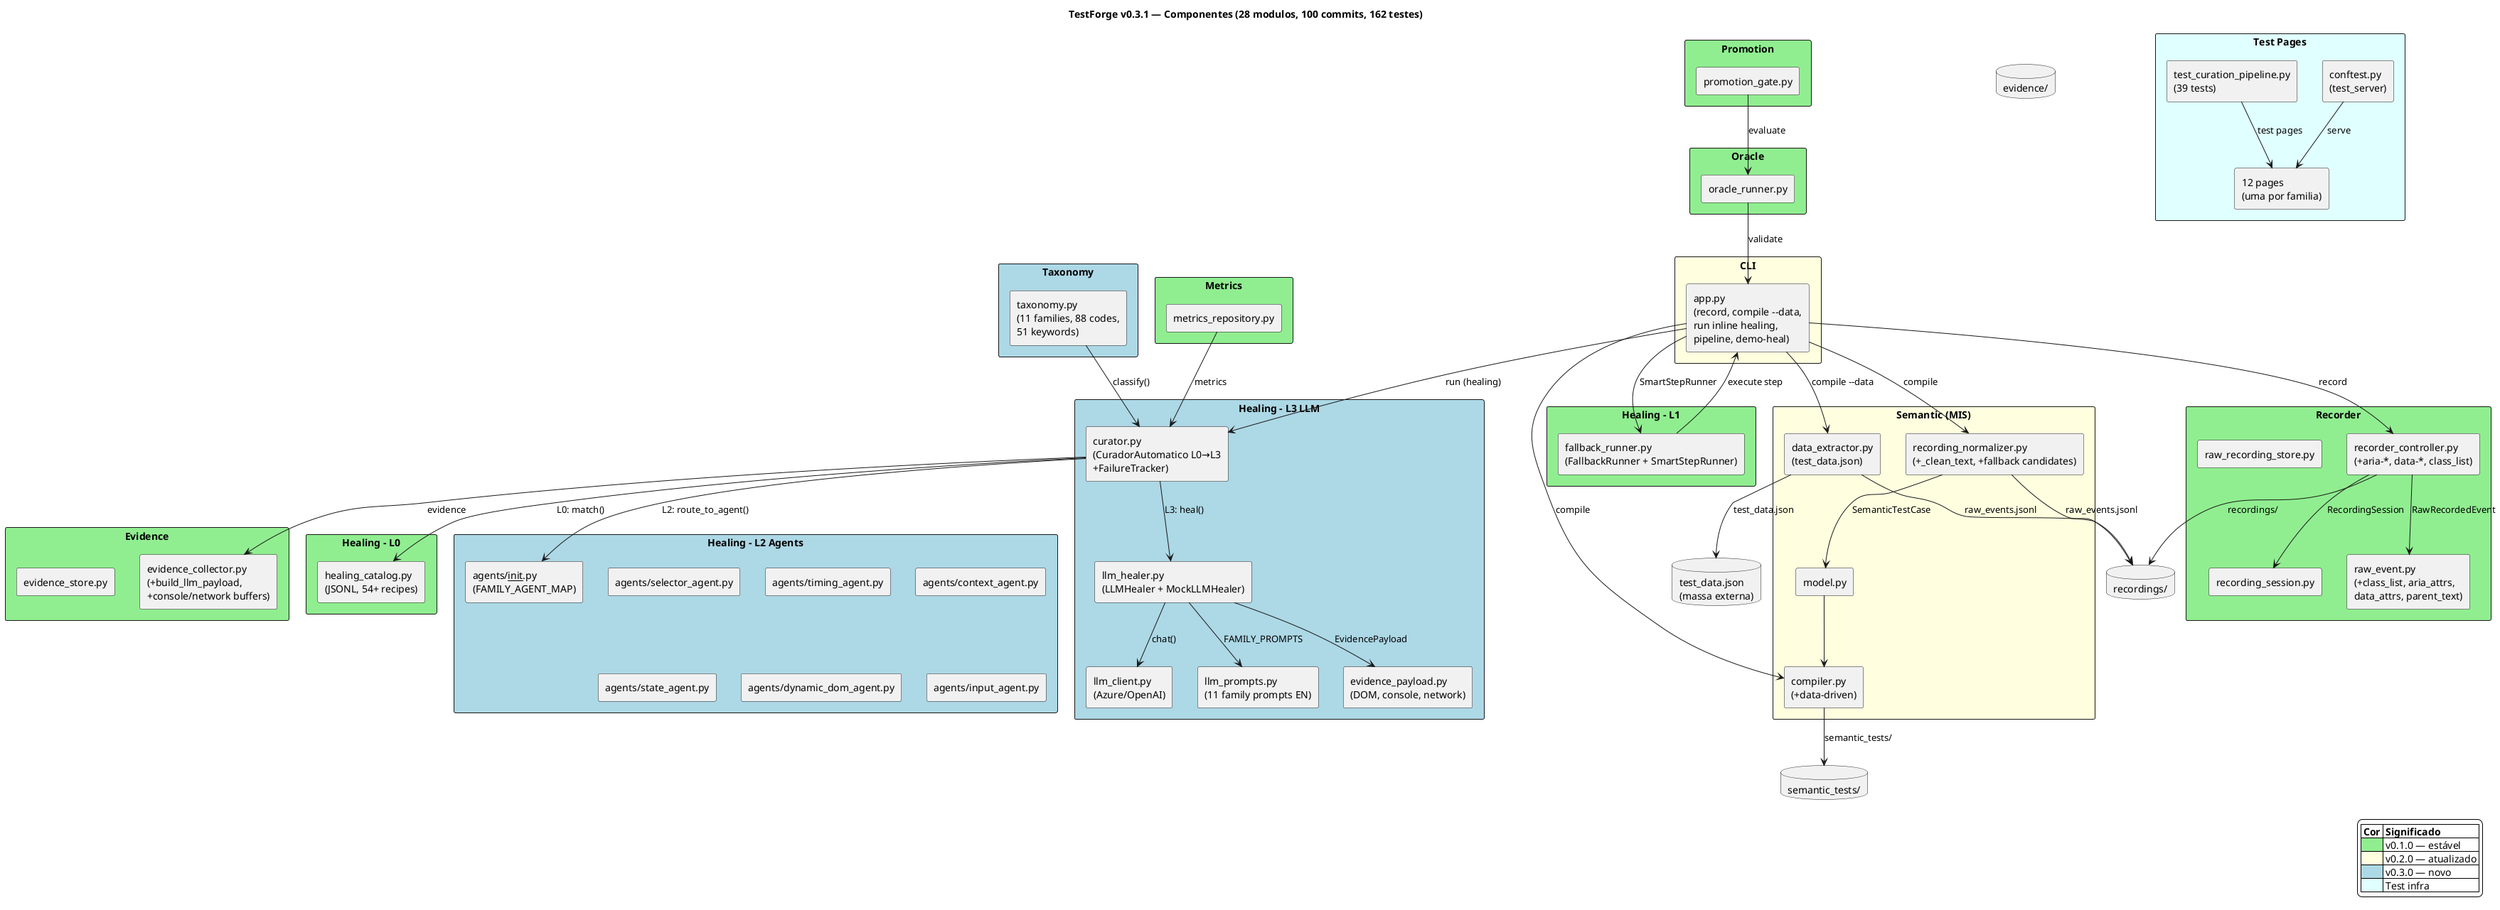
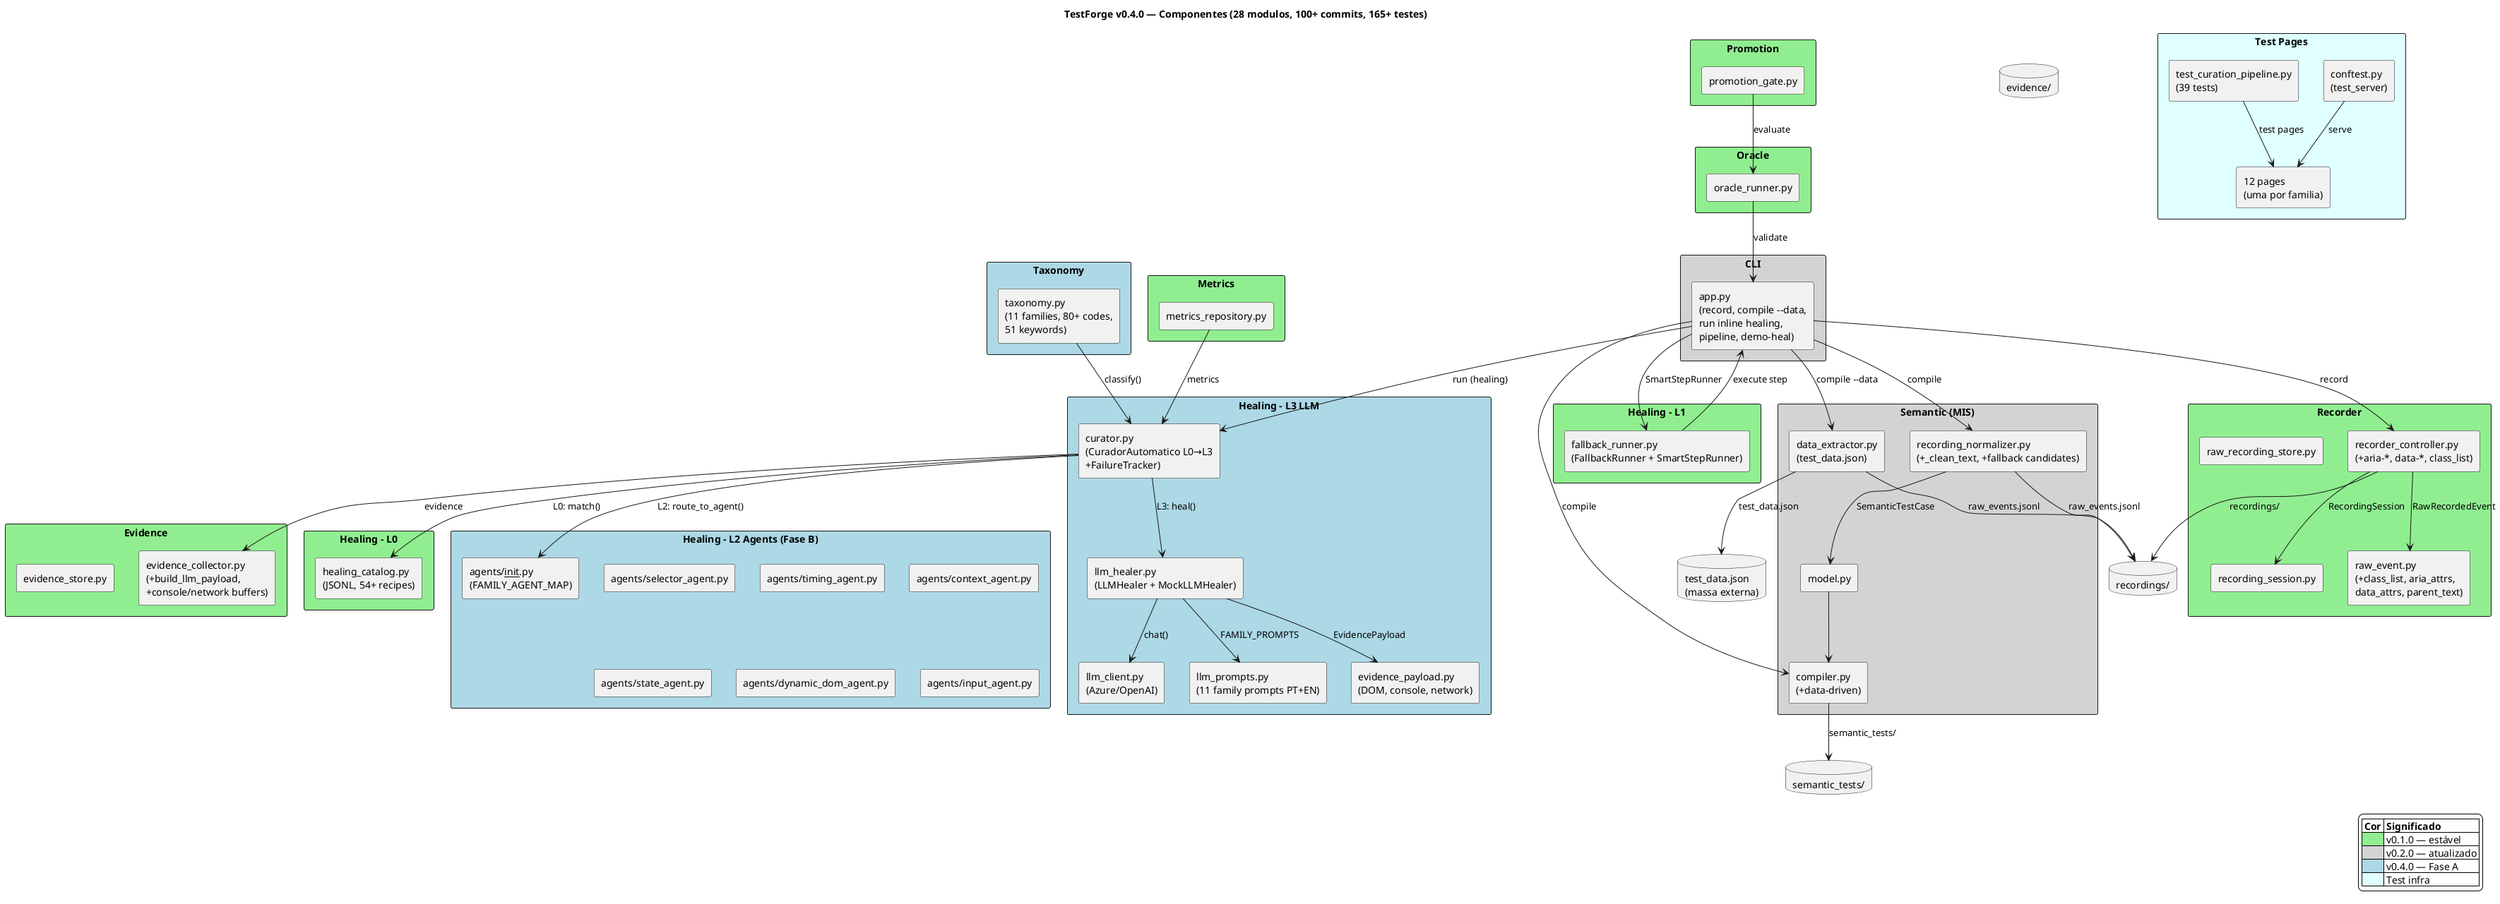
@startuml
- title TestForge v0.3.1 — Componentes (28 modulos, 100 commits, 162 testes)
+ title TestForge v0.4.0 — Componentes (28 modulos, 100+ commits, 165+ testes)

skinparam packageStyle rectangle
skinparam backgroundColor #FFFFFF
skinparam componentStyle rectangle

' === CLI ===
- package "CLI" as cli #LightYellow {
+ package "CLI" as cli #LightGray {
  [app.py\n(record, compile --data,\nrun inline healing,\npipeline, demo-heal)] as App
}

' === Recorder ===
package "Recorder" as recorder #LightGreen {
  [recorder_controller.py\n(+aria-*, data-*, class_list)] as RC
  [recording_session.py] as RS
  [raw_event.py\n(+class_list, aria_attrs,\ndata_attrs, parent_text)] as RE
  [raw_recording_store.py] as RRS
}

' === Evidence ===
package "Evidence" as evidence #LightGreen {
  [evidence_collector.py\n(+build_llm_payload,\n+console/network buffers)] as EC
  [evidence_store.py] as ES
}

' === Semantic (MIS) ===
- package "Semantic (MIS)" as semantic #LightYellow {
+ package "Semantic (MIS)" as semantic #LightGray {
  [model.py] as Model
  [recording_normalizer.py\n(+_clean_text, +fallback candidates)] as RN
  [compiler.py\n(+data-driven)] as Compiler
  [data_extractor.py\n(test_data.json)] as DE
}

' === Healing L0-L3 ===
package "Healing - L0" as l0 #LightGreen {
  [healing_catalog.py\n(JSONL, 54+ recipes)] as HC
}

package "Healing - L1" as l1 #LightGreen {
  [fallback_runner.py\n(FallbackRunner + SmartStepRunner)] as FR
}

- package "Healing - L2 Agents" as l2 #LightBlue {
+ package "Healing - L2 Agents (Fase B)" as l2 #LightBlue {
  [agents/__init__.py\n(FAMILY_AGENT_MAP)] as AG
  [agents/selector_agent.py] as SA
  [agents/timing_agent.py] as TA
  [agents/context_agent.py] as CA
  [agents/state_agent.py] as StA
  [agents/dynamic_dom_agent.py] as DA
  [agents/input_agent.py] as IA
}

package "Healing - L3 LLM" as l3 #LightBlue {
  [llm_healer.py\n(LLMHealer + MockLLMHealer)] as LHealer
  [llm_client.py\n(Azure/OpenAI)] as LClient
-   [llm_prompts.py\n(11 family prompts EN)] as LPrompts
+   [llm_prompts.py\n(11 family prompts PT+EN)] as LPrompts
  [evidence_payload.py\n(DOM, console, network)] as EP
  [curator.py\n(CuradorAutomatico L0→L3\n+FailureTracker)] as Curator
}

' === Oracle + Gate ===
package "Oracle" as oracle #LightGreen {
  [oracle_runner.py] as OR
}

package "Promotion" as promotion #LightGreen {
  [promotion_gate.py] as PG
}

' === Taxonomy ===
package "Taxonomy" as taxonomy #LightBlue {
-   [taxonomy.py\n(11 families, 88 codes,\n51 keywords)] as TX
+   [taxonomy.py\n(11 families, 80+ codes,\n51 keywords)] as TX
}

' === Metrics ===
package "Metrics" as metrics #LightGreen {
  [metrics_repository.py] as MR
}

' === Test Infrastructure ===
package "Test Pages" as tests_pkg #LightCyan {
  [12 pages\n(uma por familia)] as TP
  [test_curation_pipeline.py\n(39 tests)] as TCP
  [conftest.py\n(test_server)] as CF
}

' === Storage ===
database "recordings/" as rec
database "evidence/" as ev
database "semantic_tests/" as st
database "test_data.json\n(massa externa)" as td

' === Connections ===
App --> RC : record
App --> RN : compile
App --> Compiler : compile
App --> DE : compile --data
App --> Curator : run (healing)
App --> FR : SmartStepRunner

RC --> RE : RawRecordedEvent
RC --> RS : RecordingSession
RC --> rec : recordings/

RN --> rec : raw_events.jsonl
RN --> Model : SemanticTestCase
Model --> Compiler
Compiler --> st : semantic_tests/
DE --> rec : raw_events.jsonl
DE --> td : test_data.json

Curator --> HC : L0: match()
Curator --> AG : L2: route_to_agent()
Curator --> LHealer : L3: heal()
LHealer --> LClient : chat()
LHealer --> LPrompts : FAMILY_PROMPTS
LHealer --> EP : EvidencePayload
Curator --> EC : evidence
FR --> App : execute step

TX --> Curator : classify()
OR --> App : validate
PG --> OR : evaluate
MR --> Curator : metrics

TCP --> TP : test pages
CF --> TP : serve

legend right
  |= Cor |= Significado |
  | <#LightGreen> | v0.1.0 — estável |
-   | <#LightYellow> | v0.2.0 — atualizado |
-   | <#LightBlue> | v0.3.0 — novo |
+   | <#LightGray> | v0.2.0 — atualizado |
+   | <#LightBlue> | v0.4.0 — Fase A |
  | <#LightCyan> | Test infra |
endlegend

@enduml
